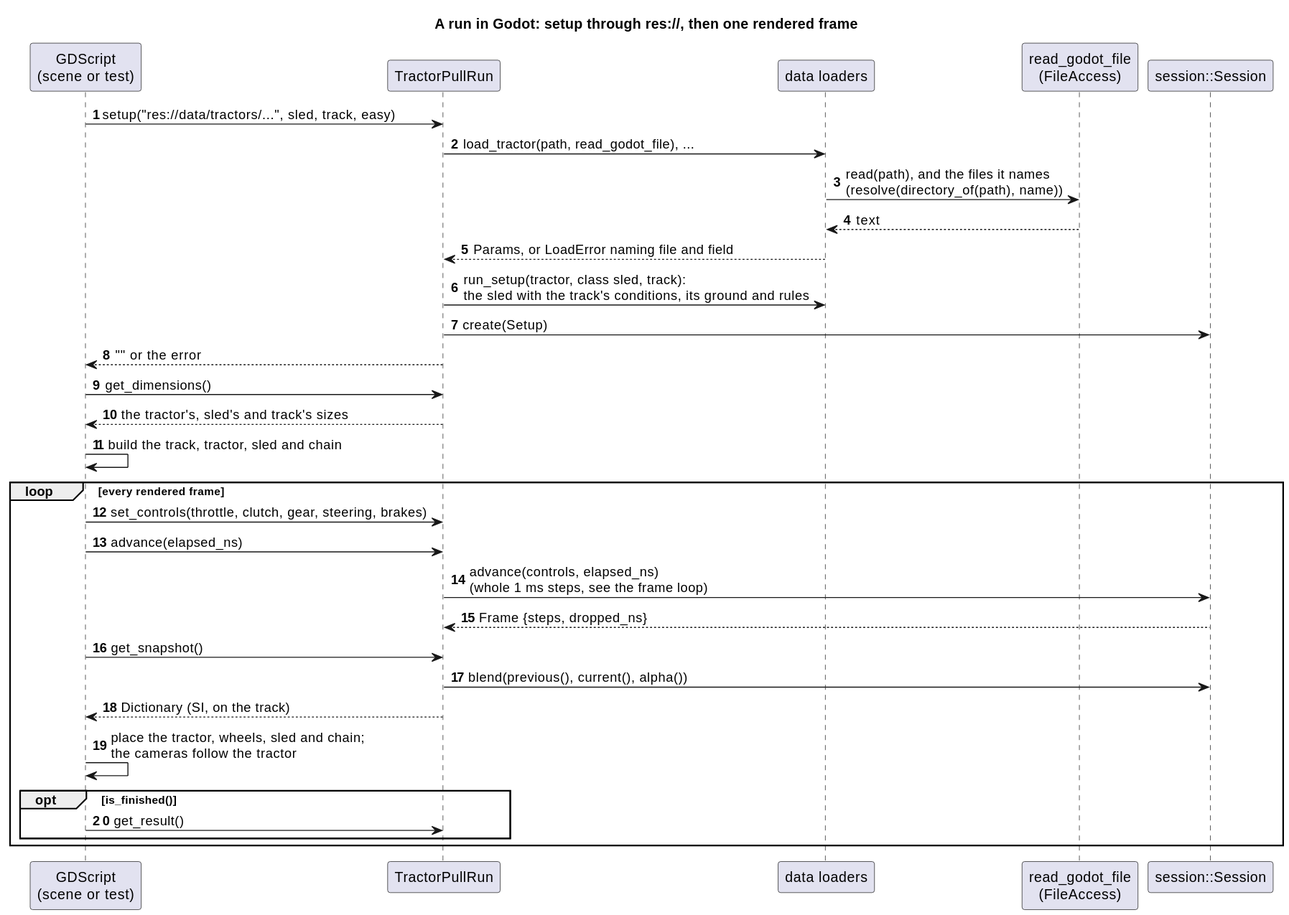
Earlier version of the PlantUML export docs/diagrams/svg/godot_frame_sequence.svg (wversteeg/TractorPulling).
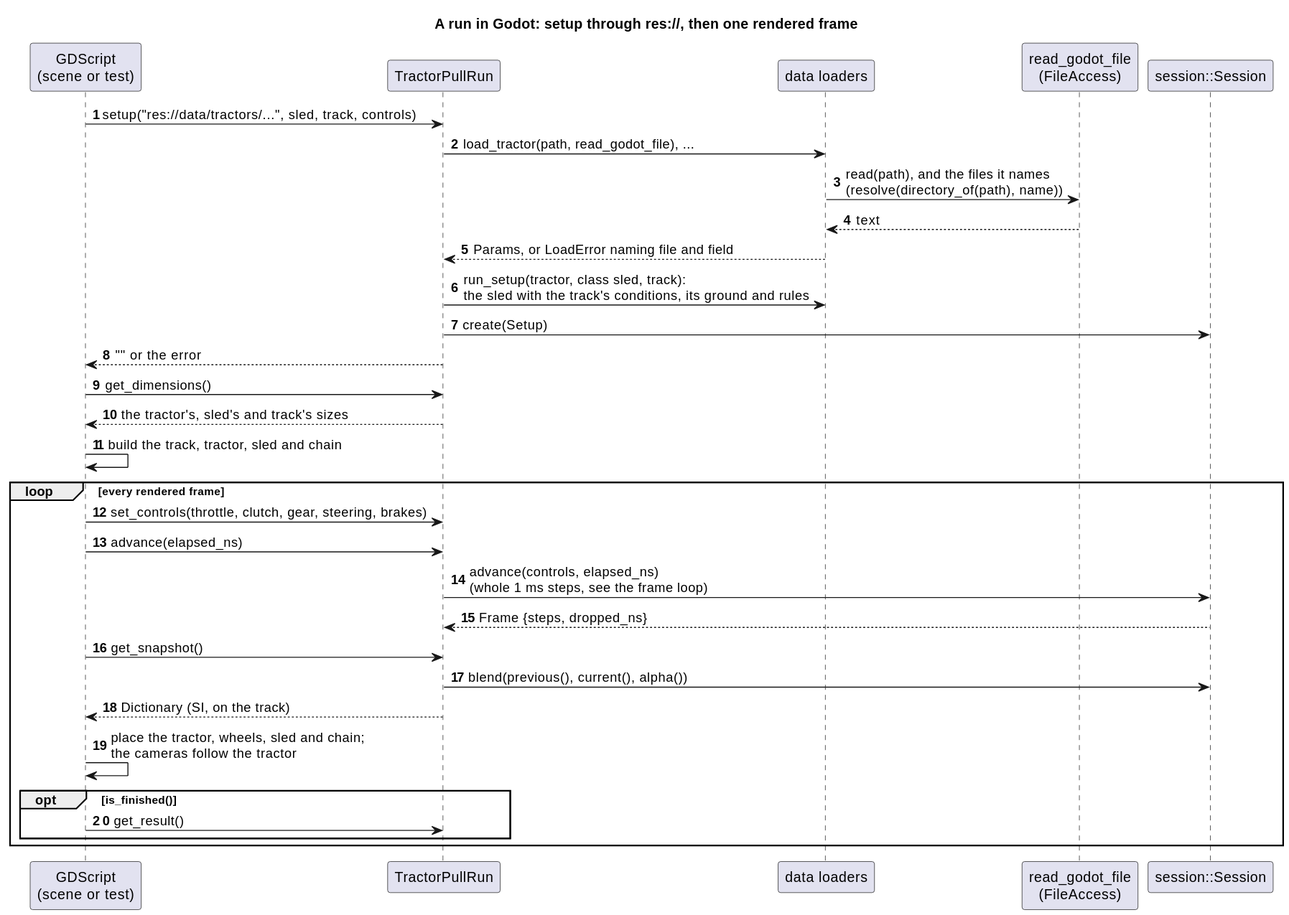
Later version of the same file.

The edit, as a diff of the source:
```diff
@@ -7,7 +7,7 @@
 participant "read_godot_file\n(FileAccess)" as Files
 participant "session::Session" as Session
 
-Script -> Run : setup("res://data/tractors/...", sled, track, easy)
+Script -> Run : setup("res://data/tractors/...", sled, track, controls)
 Run -> Load : load_tractor(path, read_godot_file), ...
 Load -> Files : read(path), and the files it names\n(resolve(directory_of(path), name))
 Files --> Load : text
```
